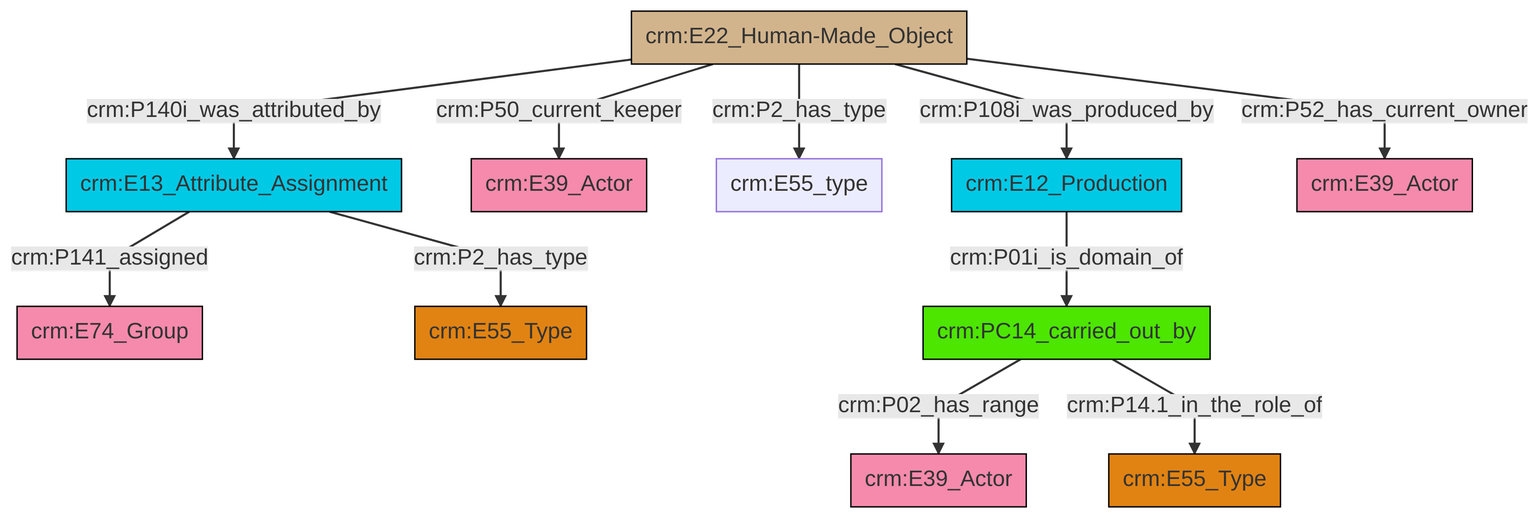
Before: et/artworkCSV/ttl/mmd/png/Artwork_Actor_Relations.png, a diagram exported from Mermaid (swiss-art-research-net/docs.swissartresearch). Its source is kept beside it as et/artworkCSV/ttl/mmd/Artwork_Actor_Relations.ttl.mmd.
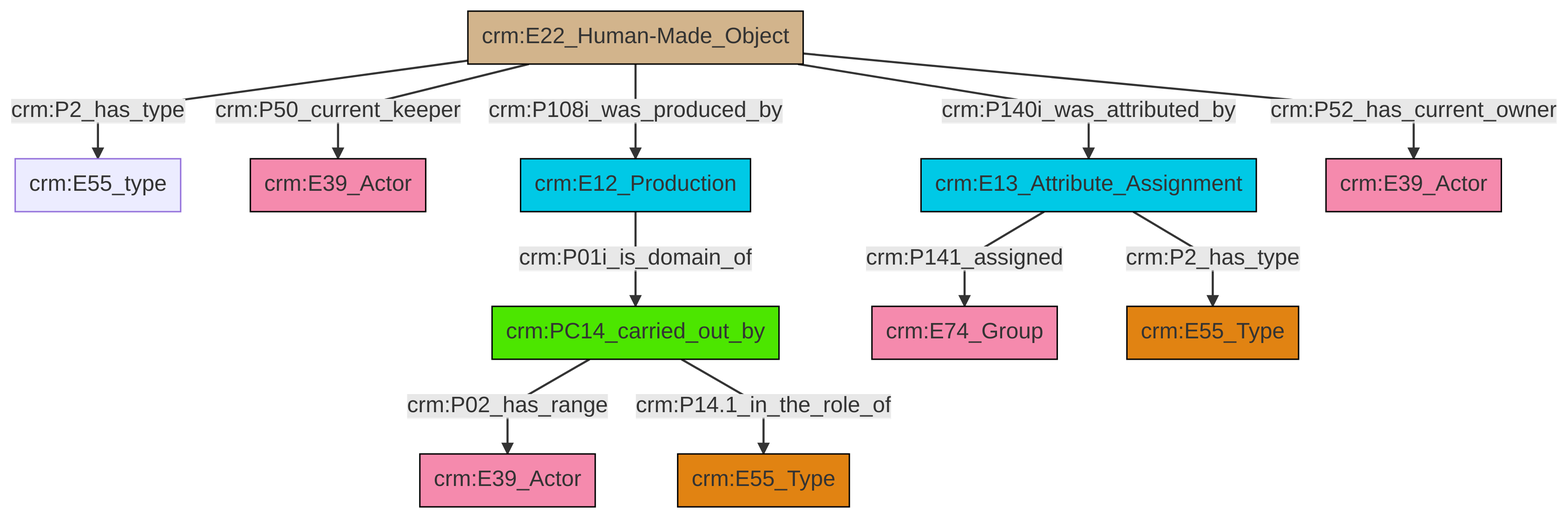
Above is the later version.

Change to the diagram source:
```diff
@@ -13,13 +13,13 @@
 classDef PC_Classes fill:#4ce600, stroke:#000000;
 classDef Multi fill:#cccccc,stroke:#000000;
 
-0["crm:E13_Attribute_Assignment"]:::Temporal_Entity -->|crm:P141_assigned| 1["crm:E74_Group"]:::Actor
-5["crm:E22_Human-Made_Object"]:::Physical_Thing -->|crm:P140i_was_attributed_by| 0["crm:E13_Attribute_Assignment"]:::Temporal_Entity
-5["crm:E22_Human-Made_Object"]:::Physical_Thing -->|crm:P50_current_keeper| 6["crm:E39_Actor"]:::Actor
-5["crm:E22_Human-Made_Object"]:::Physical_Thing -->|crm:P2_has_type| 7["crm:E55_type"]:::Default
-10["crm:E12_Production"]:::Temporal_Entity -->|crm:P01i_is_domain_of| 11["crm:PC14_carried_out_by"]:::PC_Classes
-5["crm:E22_Human-Made_Object"]:::Physical_Thing -->|crm:P108i_was_produced_by| 10["crm:E12_Production"]:::Temporal_Entity
-11["crm:PC14_carried_out_by"]:::PC_Classes -->|crm:P02_has_range| 14["crm:E39_Actor"]:::Actor
-0["crm:E13_Attribute_Assignment"]:::Temporal_Entity -->|crm:P2_has_type| 2["crm:E55_Type"]:::Type
-5["crm:E22_Human-Made_Object"]:::Physical_Thing -->|crm:P52_has_current_owner| 21["crm:E39_Actor"]:::Actor
-11["crm:PC14_carried_out_by"]:::PC_Classes -->|crm:P14.1_in_the_role_of| 8["crm:E55_Type"]:::Type
+2["crm:E12_Production"]:::Temporal_Entity -->|crm:P01i_is_domain_of| 3["crm:PC14_carried_out_by"]:::PC_Classes
+4["crm:E13_Attribute_Assignment"]:::Temporal_Entity -->|crm:P141_assigned| 5["crm:E74_Group"]:::Actor
+9["crm:E22_Human-Made_Object"]:::Physical_Thing -->|crm:P2_has_type| 10["crm:E55_type"]:::Default
+9["crm:E22_Human-Made_Object"]:::Physical_Thing -->|crm:P50_current_keeper| 11["crm:E39_Actor"]:::Actor
+3["crm:PC14_carried_out_by"]:::PC_Classes -->|crm:P02_has_range| 15["crm:E39_Actor"]:::Actor
+9["crm:E22_Human-Made_Object"]:::Physical_Thing -->|crm:P108i_was_produced_by| 2["crm:E12_Production"]:::Temporal_Entity
+4["crm:E13_Attribute_Assignment"]:::Temporal_Entity -->|crm:P2_has_type| 0["crm:E55_Type"]:::Type
+3["crm:PC14_carried_out_by"]:::PC_Classes -->|crm:P14.1_in_the_role_of| 6["crm:E55_Type"]:::Type
+9["crm:E22_Human-Made_Object"]:::Physical_Thing -->|crm:P140i_was_attributed_by| 4["crm:E13_Attribute_Assignment"]:::Temporal_Entity
+9["crm:E22_Human-Made_Object"]:::Physical_Thing -->|crm:P52_has_current_owner| 19["crm:E39_Actor"]:::Actor
```
